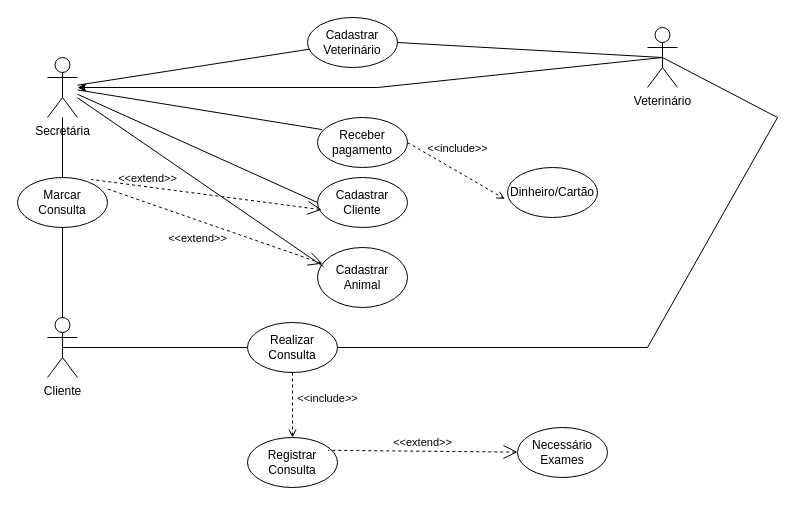
This is projeto/novo.drawio from edueevaristo/atividade-fabricadeprojetos, a draw.io file, before an edit. Source tidied: cells renumbered, new cells numbered last; positions are measured from the earlier drawing's top-left corner, leaving out a move shared by most shapes. Both pictures are drawn from the tidied source at 100%, with x=0, y=0 at pixel (17, 17).
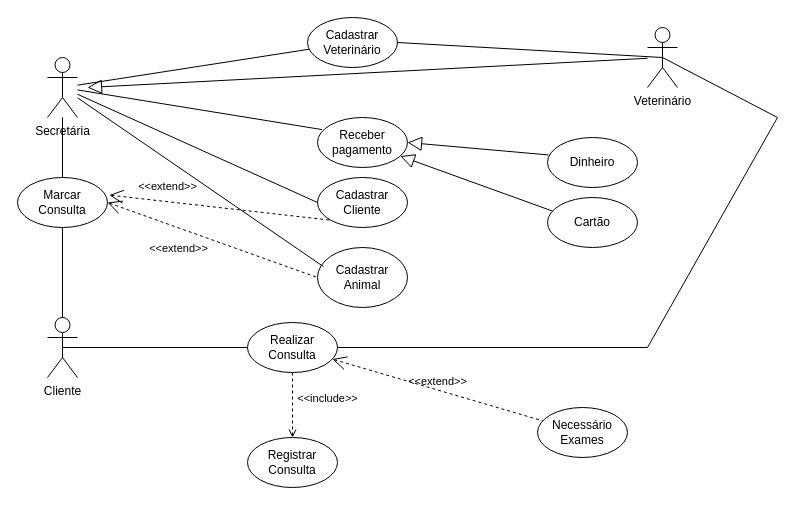
The same diagram, later.

Commit message:
Actualizar novo drawzinho.drawio

The change refers to these unchanged cells:
```xml
<mxCell id="3" value="&lt;div&gt;&lt;br&gt;&lt;/div&gt;Cadastrar Cliente&lt;div&gt;&lt;br&gt;&lt;/div&gt;" style="ellipse;whiteSpace=wrap;html=1;" parent="1" vertex="1">
  <mxGeometry x="300" y="160" width="90" height="50" as="geometry" />
</mxCell>
<mxCell id="4" value="Veterinário&lt;div&gt;&lt;br&gt;&lt;/div&gt;" style="shape=umlActor;html=1;verticalLabelPosition=bottom;verticalAlign=top;align=center;" parent="1" vertex="1">
  <mxGeometry x="630" y="10" width="30" height="60" as="geometry" />
</mxCell>
<mxCell id="5" value="&lt;div&gt;&lt;span style=&quot;background-color: initial;&quot;&gt;Cadastrar Animal&lt;/span&gt;&lt;br&gt;&lt;/div&gt;" style="ellipse;whiteSpace=wrap;html=1;" parent="1" vertex="1">
  <mxGeometry x="300" y="230" width="90" height="60" as="geometry" />
</mxCell>
<mxCell id="8" value="Receber pagamento" style="ellipse;whiteSpace=wrap;html=1;" parent="1" vertex="1">
  <mxGeometry x="300" y="100" width="90" height="50" as="geometry" />
</mxCell>
<mxCell id="16" value="Marcar Consulta" style="ellipse;whiteSpace=wrap;html=1;" parent="1" vertex="1">
  <mxGeometry y="160" width="90" height="50" as="geometry" />
</mxCell>
<mxCell id="19" value="Realizar Consulta" style="ellipse;whiteSpace=wrap;html=1;" parent="1" vertex="1">
  <mxGeometry x="230" y="305" width="90" height="50" as="geometry" />
</mxCell>
<mxCell id="22" value="Registrar Consulta" style="ellipse;whiteSpace=wrap;html=1;" parent="1" vertex="1">
  <mxGeometry x="230" y="420" width="90" height="50" as="geometry" />
</mxCell>
```

Diff of the diagram source:
```diff
@@
-    <mxCell id="9" value="&amp;lt;&amp;lt;include&amp;gt;&amp;gt;" style="edgeStyle=none;html=1;endArrow=open;verticalAlign=bottom;dashed=1;labelBackgroundColor=none;rounded=0;exitX=1;exitY=0.5;exitDx=0;exitDy=0;entryX=-0.03;entryY=0.628;entryDx=0;entryDy=0;entryPerimeter=0;" parent="1" edge="1" source="8" target="10">
-      <mxGeometry x="-0.1" y="12" relative="1" as="geometry" />
-    </mxCell>
-    <mxCell id="10" value="Dinheiro/Cartão" style="ellipse;whiteSpace=wrap;html=1;" parent="1" vertex="1">
-      <mxGeometry x="490" y="150" width="90" height="50" as="geometry" />
+    <mxCell id="10" value="Dinheiro" style="ellipse;whiteSpace=wrap;html=1;" parent="1" vertex="1">
+      <mxGeometry x="530" y="120" width="90" height="50" as="geometry" />
     </mxCell>
@@
-    <mxCell id="17" value="&amp;lt;&amp;lt;extend&amp;gt;&amp;gt;" style="edgeStyle=none;html=1;startArrow=open;endArrow=none;startSize=12;verticalAlign=bottom;dashed=1;labelBackgroundColor=none;rounded=0;entryX=0.978;entryY=0.215;entryDx=0;entryDy=0;entryPerimeter=0;" parent="1" edge="1" source="5" target="16">
-      <mxGeometry x="0.07" y="26" relative="1" as="geometry" />
+    <mxCell id="17" value="&amp;lt;&amp;lt;extend&amp;gt;&amp;gt;" style="edgeStyle=none;html=1;startArrow=open;endArrow=none;startSize=12;verticalAlign=bottom;dashed=1;labelBackgroundColor=none;rounded=0;exitX=1;exitY=0.5;exitDx=0;exitDy=0;entryX=0;entryY=0.5;entryDx=0;entryDy=0;" parent="1" edge="1" source="16" target="5">
+      <mxGeometry x="-0.24" y="-28" relative="1" as="geometry" />
     </mxCell>
-    <mxCell id="18" value="&amp;lt;&amp;lt;extend&amp;gt;&amp;gt;" style="edgeStyle=none;html=1;startArrow=open;endArrow=none;startSize=12;verticalAlign=bottom;dashed=1;labelBackgroundColor=none;rounded=0;entryX=0.818;entryY=0.039;entryDx=0;entryDy=0;entryPerimeter=0;exitX=0.046;exitY=0.644;exitDx=0;exitDy=0;exitPerimeter=0;" parent="1" edge="1" source="3" target="16">
-      <mxGeometry x="0.51" y="1" relative="1" as="geometry" />
+    <mxCell id="18" value="&amp;lt;&amp;lt;extend&amp;gt;&amp;gt;" style="edgeStyle=none;html=1;startArrow=open;endArrow=none;startSize=12;verticalAlign=bottom;dashed=1;labelBackgroundColor=none;rounded=0;entryX=0;entryY=1;entryDx=0;entryDy=0;exitX=1.02;exitY=0.352;exitDx=0;exitDy=0;exitPerimeter=0;" parent="1" edge="1" source="16" target="3">
+      <mxGeometry x="-0.48" y="6" relative="1" as="geometry" />
     </mxCell>
@@
     <mxCell id="24" value="Necessário Exames" style="ellipse;whiteSpace=wrap;html=1;" parent="1" vertex="1">
-      <mxGeometry x="500" y="410" width="90" height="50" as="geometry" />
+      <mxGeometry x="520" y="390" width="90" height="50" as="geometry" />
     </mxCell>
-    <mxCell id="25" value="&amp;lt;&amp;lt;extend&amp;gt;&amp;gt;" style="edgeStyle=none;html=1;startArrow=open;endArrow=none;startSize=12;verticalAlign=bottom;dashed=1;labelBackgroundColor=none;rounded=0;entryX=0.895;entryY=0.256;entryDx=0;entryDy=0;entryPerimeter=0;" parent="1" edge="1" source="24" target="22">
+    <mxCell id="25" value="&amp;lt;&amp;lt;extend&amp;gt;&amp;gt;" style="edgeStyle=none;html=1;startArrow=open;endArrow=none;startSize=12;verticalAlign=bottom;dashed=1;labelBackgroundColor=none;rounded=0;" parent="1" edge="1" source="19" target="24">
       <mxGeometry relative="1" as="geometry" />
     </mxCell>
-    <mxCell id="26" style="endArrow=classic;html=1;rounded=0;exitX=0.5;exitY=0.5;exitDx=0;exitDy=0;exitPerimeter=0;" parent="1" edge="1" source="4">
-      <mxGeometry relative="1" as="geometry">
-        <mxPoint x="60" y="70" as="targetPoint" />
-        <Array as="points">
-          <mxPoint x="360" y="70" />
-        </Array>
-      </mxGeometry>
-    </mxCell>
@@
+    <mxCell id="29" style="edgeStyle=none;html=1;endArrow=block;endFill=0;endSize=12;verticalAlign=bottom;rounded=0;exitX=0.013;exitY=0.349;exitDx=0;exitDy=0;exitPerimeter=0;entryX=1;entryY=0.5;entryDx=0;entryDy=0;" parent="1" edge="1" source="10" target="8">
+      <mxGeometry relative="1" as="geometry" />
+    </mxCell>
+    <mxCell id="30" value="Cartão" style="ellipse;whiteSpace=wrap;html=1;" parent="1" vertex="1">
+      <mxGeometry x="530" y="180" width="90" height="50" as="geometry" />
+    </mxCell>
+    <mxCell id="31" style="edgeStyle=none;html=1;endArrow=block;endFill=0;endSize=12;verticalAlign=bottom;rounded=0;exitX=0.055;exitY=0.271;exitDx=0;exitDy=0;exitPerimeter=0;" parent="1" edge="1" source="30" target="8">
+      <mxGeometry relative="1" as="geometry" />
+    </mxCell>
+    <mxCell id="32" style="edgeStyle=none;html=1;endArrow=block;endFill=0;endSize=12;verticalAlign=bottom;rounded=0;" parent="1" edge="1" source="4">
+      <mxGeometry relative="1" as="geometry">
+        <mxPoint x="70" y="70" as="targetPoint" />
+      </mxGeometry>
+    </mxCell>
```
